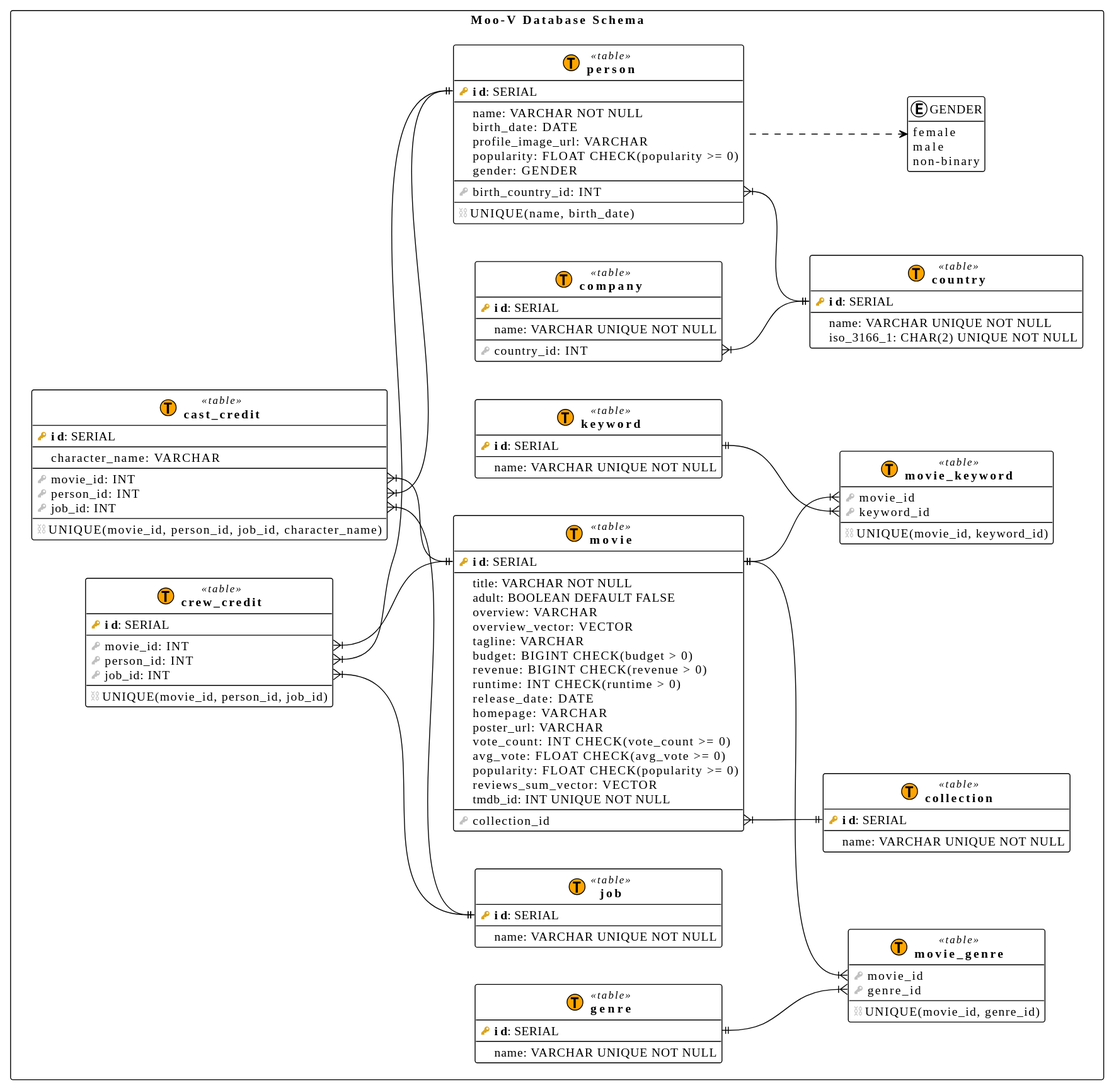
The PlantUML diagram schema/moo-v-db.svg in Moo-V-project/database, before a commit.
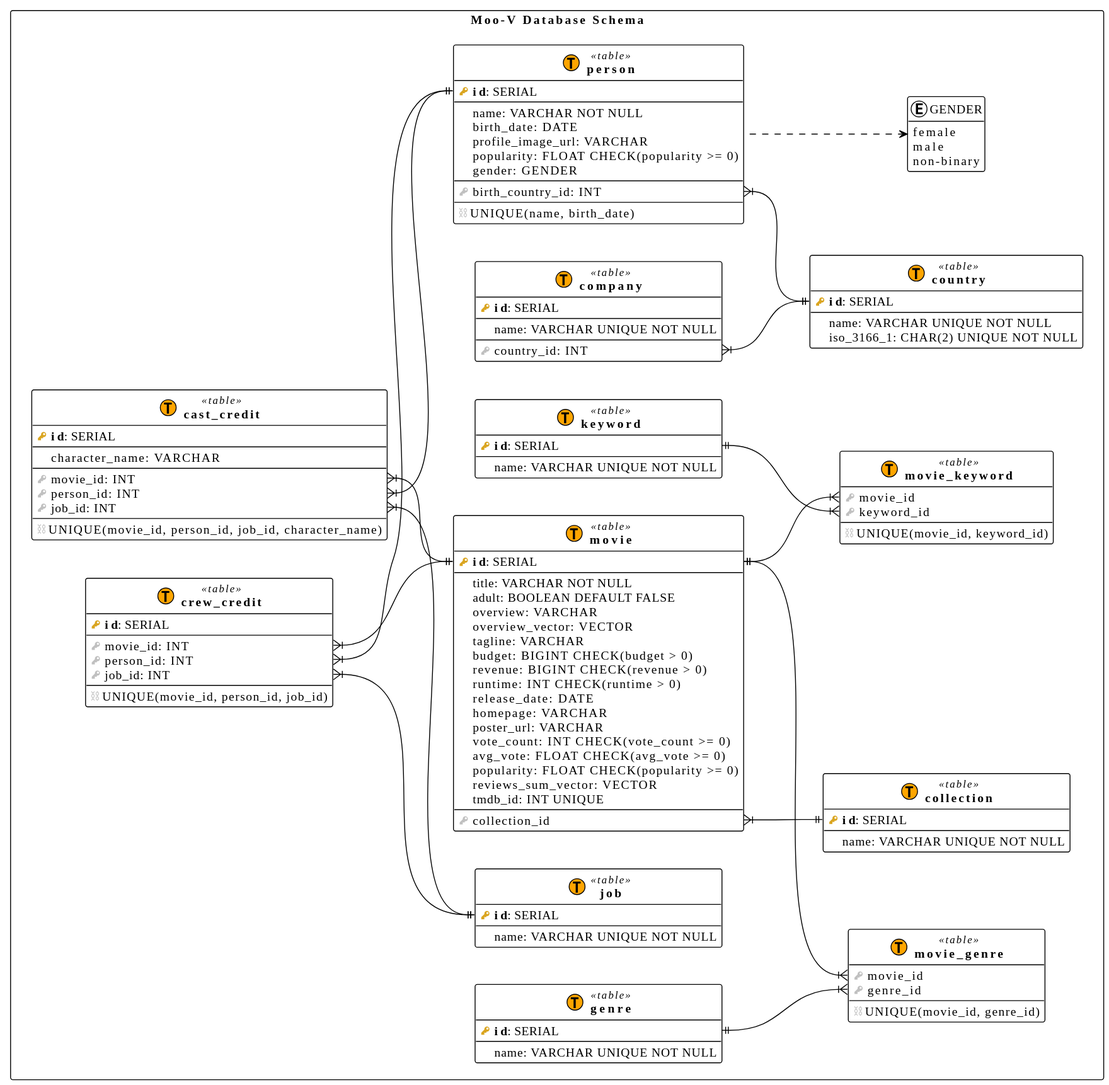
The same diagram one commit later.

Commit message:
db: make movie's tmdb_id attribute nullable

Diff of the diagram source:
```diff
@@ -62,7 +62,7 @@
 	$column(avg_vote): FLOAT CHECK(avg_vote >= 0)
 	$column(popularity): FLOAT CHECK(popularity >= 0)
 	$column(reviews_sum_vector): VECTOR
-	$column(tmdb_id): INT UNIQUE NOT NULL	/' The Movie Database (TMDb) identifier '/
+	$column(tmdb_id): INT UNIQUE				/' The Movie Database (TMDb) identifier '/
 	--
 	$fk(collection_id)
 }
```
